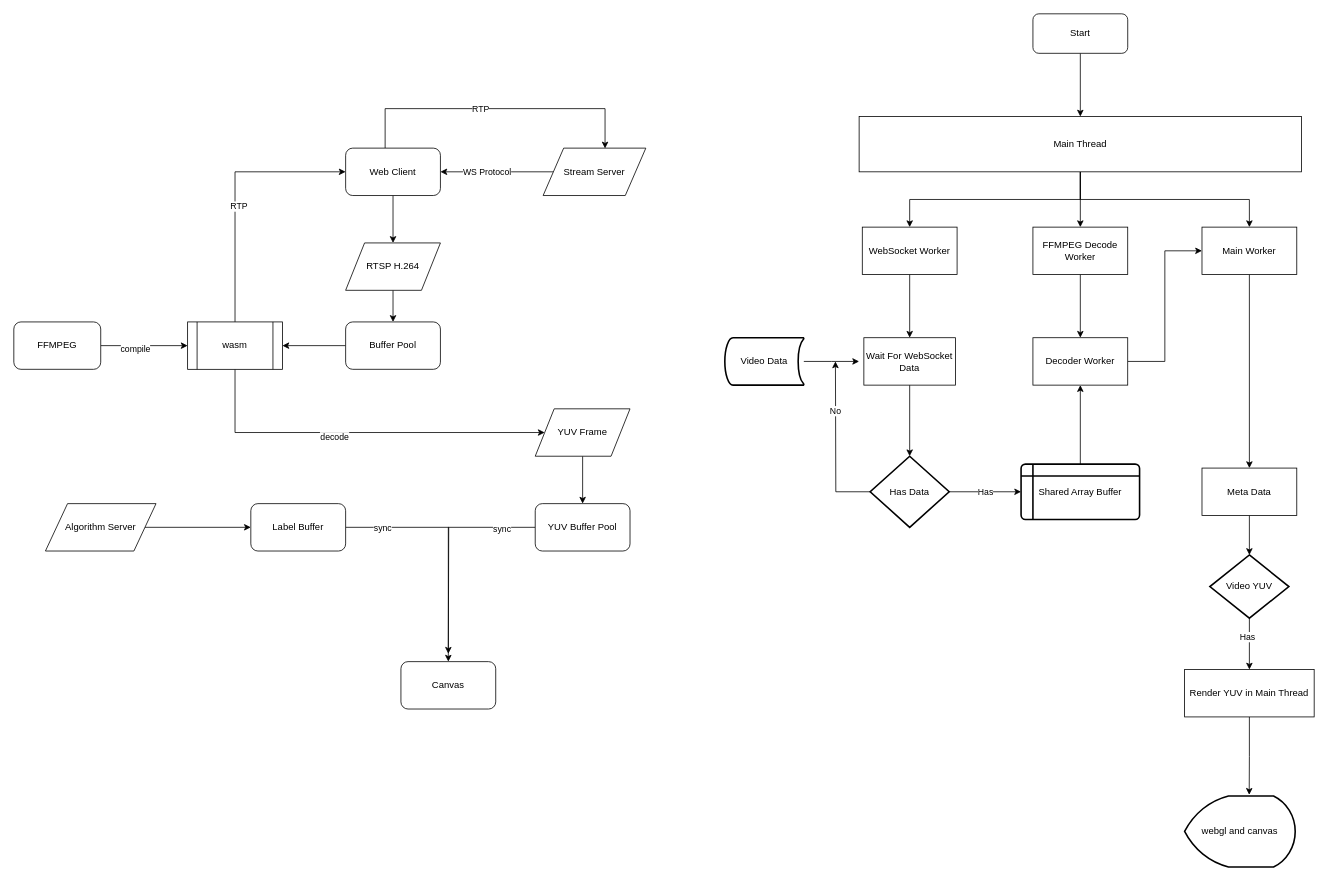
Before: 网页绘制YUV流程图.drawio in JumperMan/jm, a draw.io diagram. Source tidied: cells renumbered, new cells numbered last; positions are measured from the earlier drawing's top-left corner, leaving out a move shared by most shapes. Both pictures are drawn from the tidied source at 79%, with x=0, y=0 at pixel (13, 13).
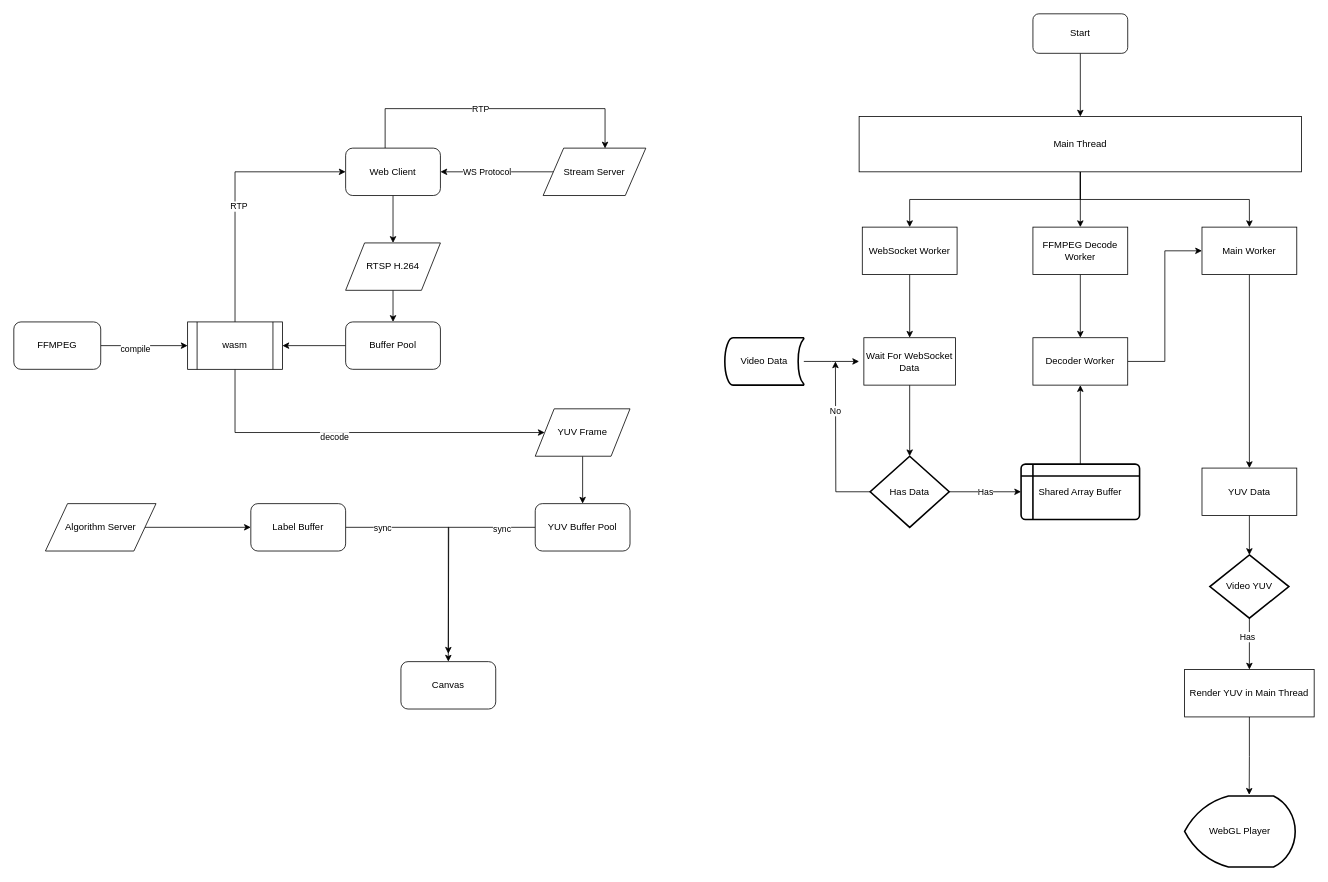
Above is the later version.

Commit message:
更新网页绘制YUV流程图.drawio

What changed in the source:
```diff
@@
-    <mxCell id="51" value="Meta Data" style="rounded=0;whiteSpace=wrap;html=1;" parent="1" vertex="1">
+    <mxCell id="51" value="YUV Data" style="rounded=0;whiteSpace=wrap;html=1;" parent="1" vertex="1">
       <mxGeometry x="1504" y="575" width="120" height="60" as="geometry" />
     </mxCell>
@@
-    <mxCell id="55" value="webgl and canvas" style="strokeWidth=2;html=1;shape=mxgraph.flowchart.display;whiteSpace=wrap;" parent="1" vertex="1">
+    <mxCell id="55" value="WebGL Player" style="strokeWidth=2;html=1;shape=mxgraph.flowchart.display;whiteSpace=wrap;" parent="1" vertex="1">
       <mxGeometry x="1482" y="990" width="140" height="90" as="geometry" />
     </mxCell>
```
